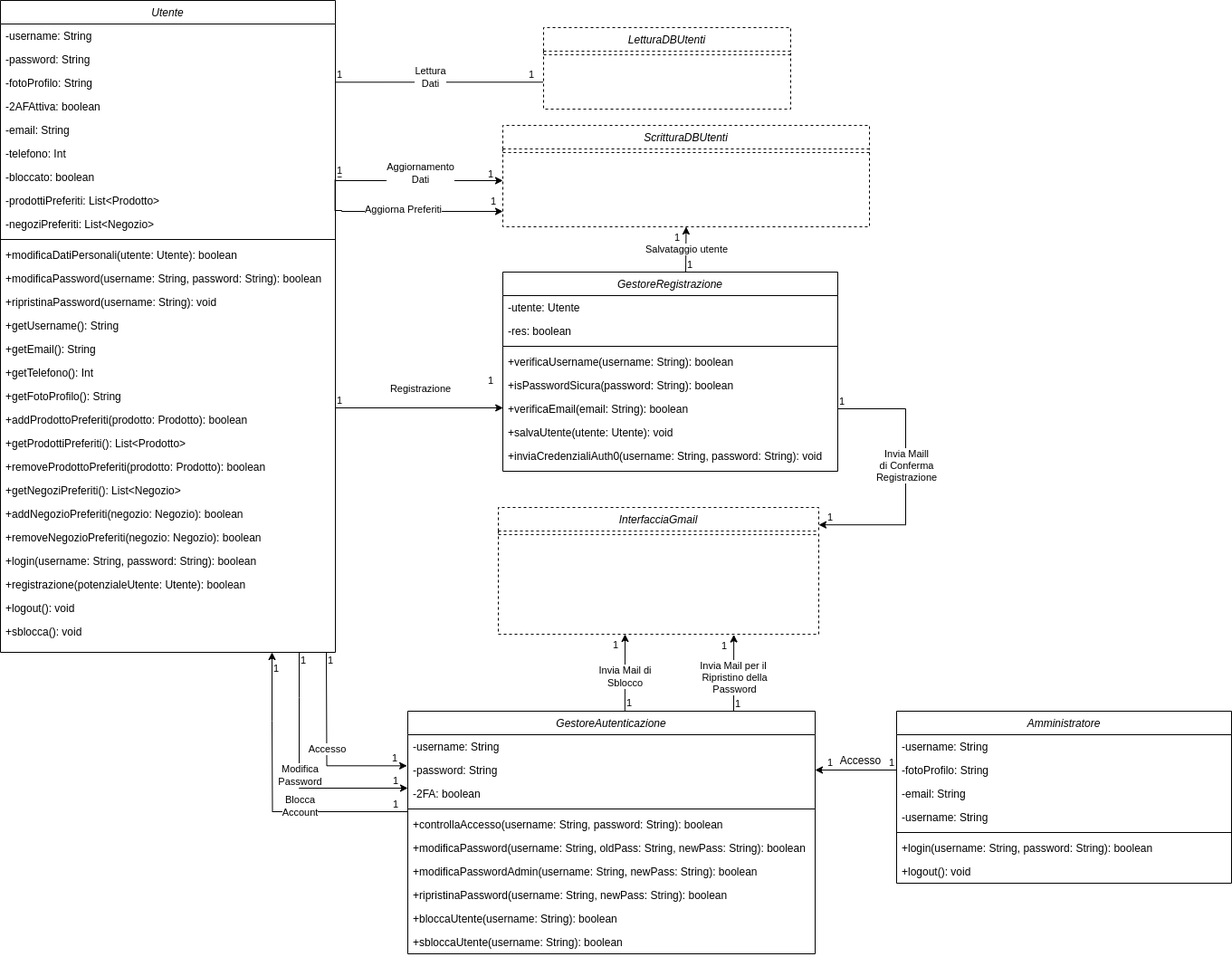
The draw.io diagram UML/DiagrammaClassiAutenticazioneRegistrazione.png in G15-UniTN/iSpesa, before a commit. Source tidied: cells renumbered, new cells last; positions are measured from the earlier drawing's top-left corner, leaving out a move shared by most shapes.
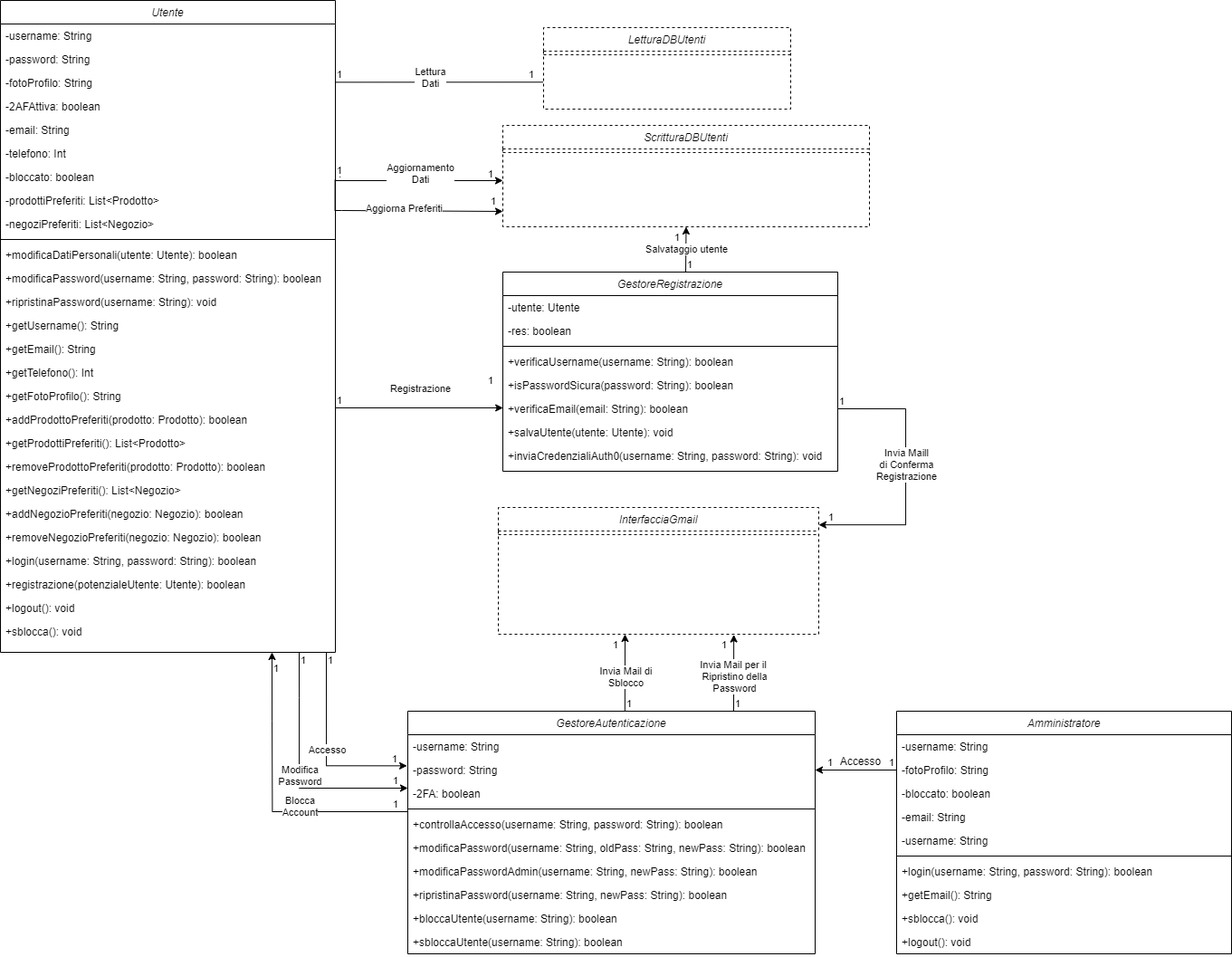
The same diagram one commit later.

Change to the diagram source:
```diff
@@ -161,7 +161,7 @@
       <mxGeometry y="242" width="450" height="26" as="geometry" />
     </mxCell>
     <mxCell id="53" value="Amministratore" style="swimlane;fontStyle=2;align=center;verticalAlign=top;horizontal=1;startSize=26;rounded=0;shadow=0;strokeWidth=1;" parent="1" vertex="1">
-      <mxGeometry x="990" y="785" width="370" height="190" as="geometry" />
+      <mxGeometry x="990" y="785" width="370" height="268" as="geometry" />
     </mxCell>
     <mxCell id="54" value="-username: String" style="text;align=left;verticalAlign=top;spacingLeft=4;spacingRight=4;overflow=hidden;" parent="53" vertex="1">
       <mxGeometry y="26" width="370" height="26" as="geometry" />
@@ -169,20 +169,29 @@
     <mxCell id="55" value="-fotoProfilo: String" style="text;align=left;verticalAlign=top;spacingLeft=4;spacingRight=4;overflow=hidden;" parent="53" vertex="1">
       <mxGeometry y="52" width="370" height="26" as="geometry" />
     </mxCell>
+    <mxCell id="112" value="-bloccato: boolean" style="text;align=left;verticalAlign=top;spacingLeft=4;spacingRight=4;overflow=hidden;" parent="53" vertex="1">
+      <mxGeometry y="78" width="370" height="26" as="geometry" />
+    </mxCell>
     <mxCell id="56" value="-email: String" style="text;align=left;verticalAlign=top;spacingLeft=4;spacingRight=4;overflow=hidden;" parent="53" vertex="1">
-      <mxGeometry y="78" width="370" height="26" as="geometry" />
+      <mxGeometry y="104" width="370" height="26" as="geometry" />
     </mxCell>
     <mxCell id="57" value="-username: String" style="text;align=left;verticalAlign=top;spacingLeft=4;spacingRight=4;overflow=hidden;" parent="53" vertex="1">
-      <mxGeometry y="104" width="370" height="26" as="geometry" />
+      <mxGeometry y="130" width="370" height="26" as="geometry" />
     </mxCell>
     <mxCell id="58" style="line;html=1;strokeWidth=1;align=left;verticalAlign=middle;spacingTop=-1;spacingLeft=3;spacingRight=3;labelPosition=right;" parent="53" vertex="1">
-      <mxGeometry y="130" width="370" height="8" as="geometry" />
+      <mxGeometry y="156" width="370" height="8" as="geometry" />
     </mxCell>
     <mxCell id="59" value="+login(username: String, password: String): boolean" style="text;align=left;verticalAlign=top;spacingLeft=4;spacingRight=4;overflow=hidden;" parent="53" vertex="1">
-      <mxGeometry y="138" width="370" height="26" as="geometry" />
+      <mxGeometry y="164" width="370" height="26" as="geometry" />
     </mxCell>
+    <mxCell id="113" value="+getEmail(): String" style="text;align=left;verticalAlign=top;spacingLeft=4;spacingRight=4;overflow=hidden;" parent="53" vertex="1">
+      <mxGeometry y="190" width="370" height="26" as="geometry" />
+    </mxCell>
+    <mxCell id="114" value="+sblocca(): void" style="text;align=left;verticalAlign=top;spacingLeft=4;spacingRight=4;overflow=hidden;" parent="53" vertex="1">
+      <mxGeometry y="216" width="370" height="26" as="geometry" />
+    </mxCell>
     <mxCell id="60" value="+logout(): void" style="text;align=left;verticalAlign=top;spacingLeft=4;spacingRight=4;overflow=hidden;" parent="53" vertex="1">
-      <mxGeometry y="164" width="370" height="26" as="geometry" />
+      <mxGeometry y="242" width="370" height="26" as="geometry" />
     </mxCell>
     <mxCell id="61" style="endArrow=classic;html=1;entryX=0.014;entryY=0.25;entryDx=0;entryDy=0;entryPerimeter=0;" parent="1" edge="1">
       <mxGeometry relative="1" as="geometry">
```
